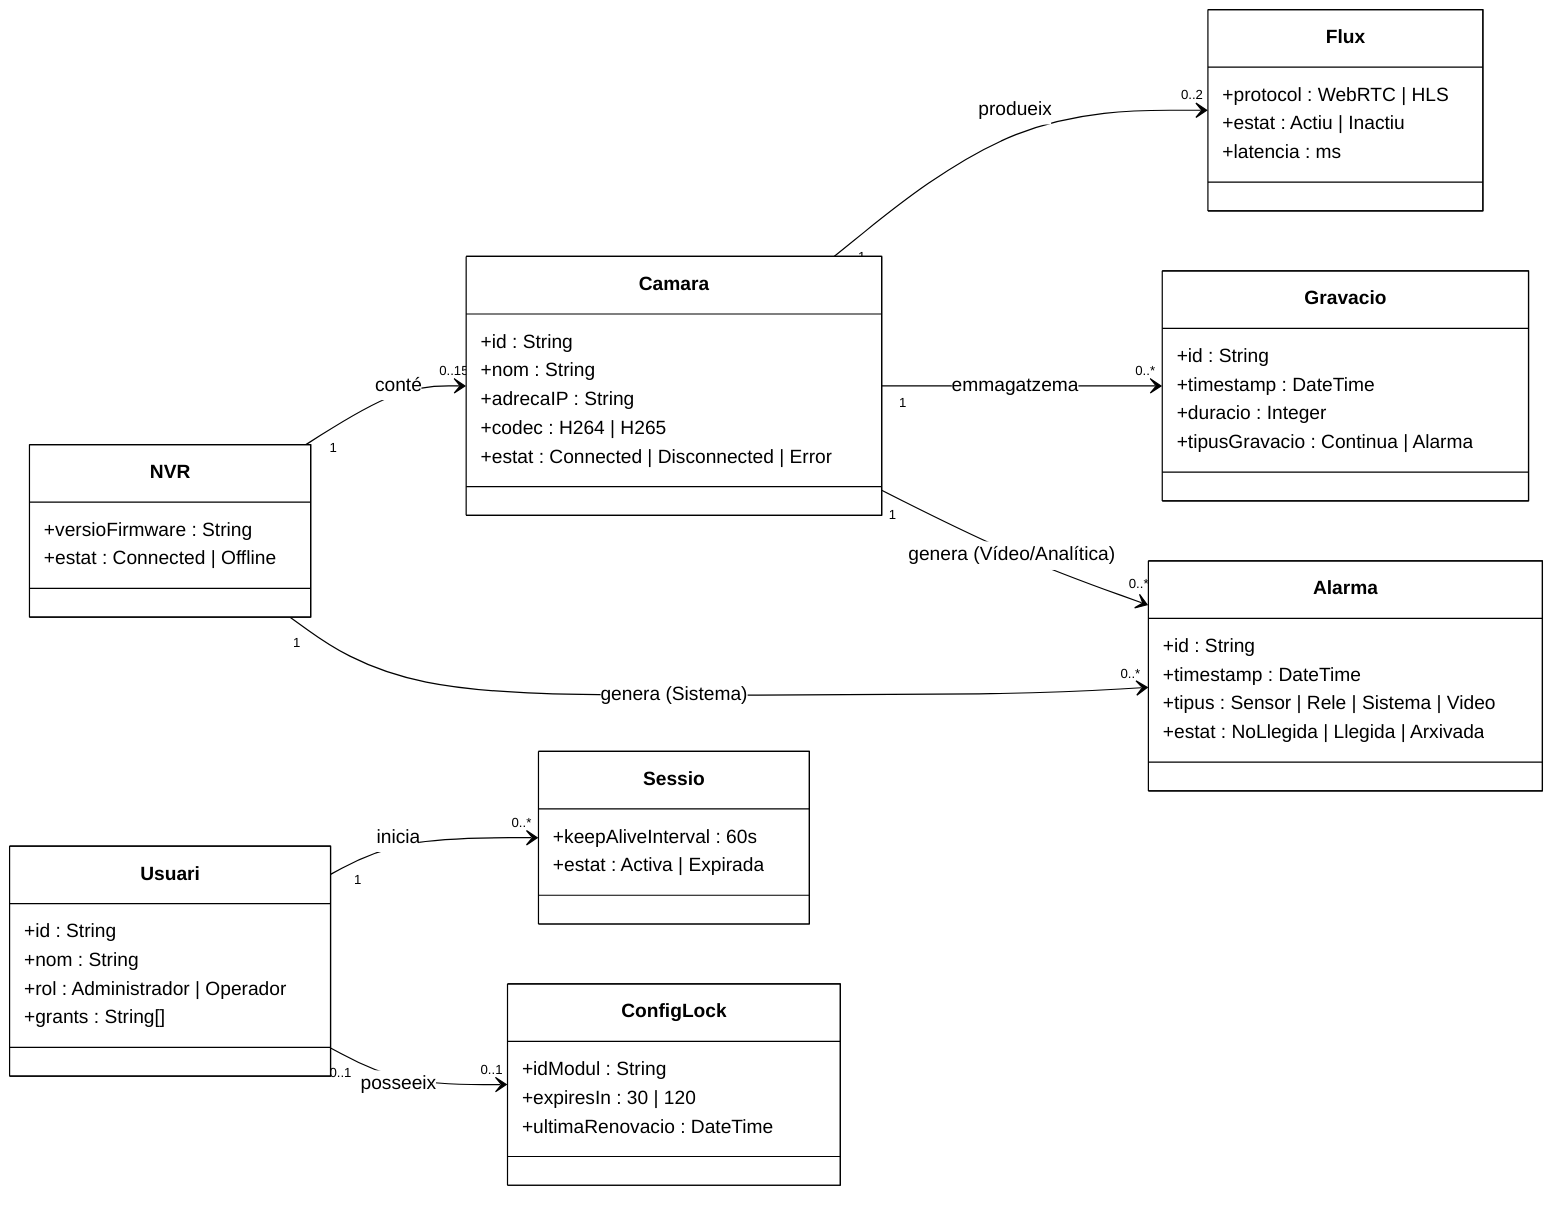
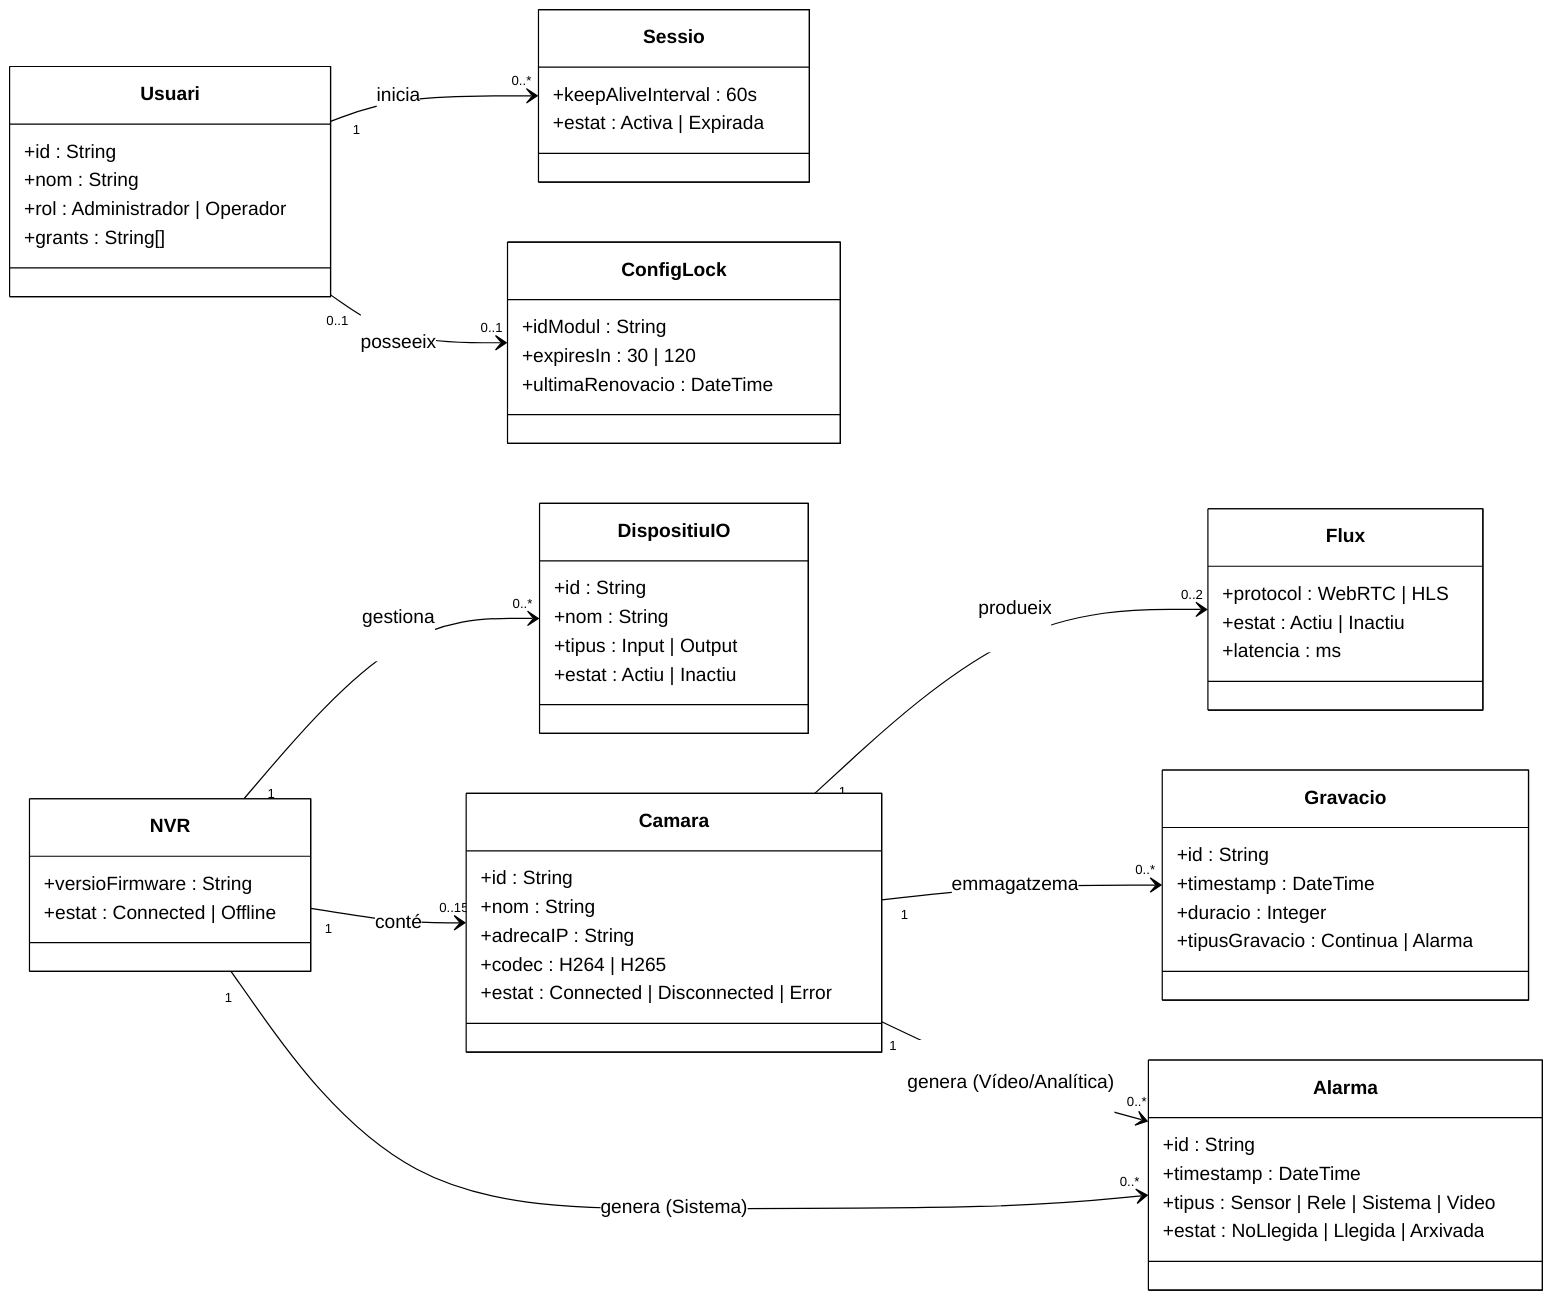
%%{init: {
 'theme': 'base',
 'themeVariables': {
   'background': '#ffffff',
   'primaryColor': '#ffffff',
   'primaryTextColor': '#000000',
   'primaryBorderColor': '#000000',
   'lineColor': '#000000',
   'secondaryColor': '#ffffff',
-    'tertiaryColor': '#ffffff'
+    'tertiaryColor': '#ffffff',
+    'edgeLabelBackground': '#ffffff'
 },
-  'themeCSS': '.node rect, .node circle, .node polygon, .node path, .cluster rect { stroke: #000000 !important; stroke-width: 1px !important; filter: none !important; box-shadow: none !important; } .label { color: #000000 !important; }'
+  'themeCSS': '.relationshipLabelBox { fill: #ffffff !important; opacity: 1 !important; } .edgeLabel rect { fill: #ffffff !important; stroke: none !important; } .edgeLabel span { background: #ffffff; padding: 0 2px; } .label { color: #000000 !important; }'
}}%%

classDiagram
  direction LR

  class NVR {
    +versioFirmware : String
    +estat : Connected | Offline
  }

  class Camara {
    +id : String
    +nom : String
    +adrecaIP : String
    +codec : H264 | H265
    +estat : Connected | Disconnected | Error
  }

  class Flux {
    +protocol : WebRTC | HLS
    +estat : Actiu | Inactiu
    +latencia : ms
  }

  class Gravacio {
    +id : String
    +timestamp : DateTime
    +duracio : Integer
    +tipusGravacio : Continua | Alarma
  }

  class Alarma {
    +id : String
    +timestamp : DateTime
    +tipus : Sensor | Rele | Sistema | Video
    +estat : NoLlegida | Llegida | Arxivada
  }

  class Usuari {
    +id : String
    +nom : String
    +rol : Administrador | Operador
    +grants : String[]
  }

  class Sessio {
    +keepAliveInterval : 60s
    +estat : Activa | Expirada
  }

  class ConfigLock {
    +idModul : String
    +expiresIn : 30 | 120
    +ultimaRenovacio : DateTime
  }

+   class DispositiuIO {
+     +id : String
+     +nom : String
+     +tipus : Input | Output
+     +estat : Actiu | Inactiu
+   }
+   NVR "1" --> "0..*" DispositiuIO : gestiona
+ 
  NVR "1" --> "0..151" Camara : conté
  NVR "1" --> "0..*" Alarma : genera (Sistema)

  Camara "1" --> "0..2" Flux : produeix
  Camara "1" --> "0..*" Gravacio : emmagatzema
  Camara "1" --> "0..*" Alarma : genera (Vídeo/Analítica)

  Usuari "1" --> "0..*" Sessio : inicia
  Usuari "0..1" --> "0..1" ConfigLock : posseeix
